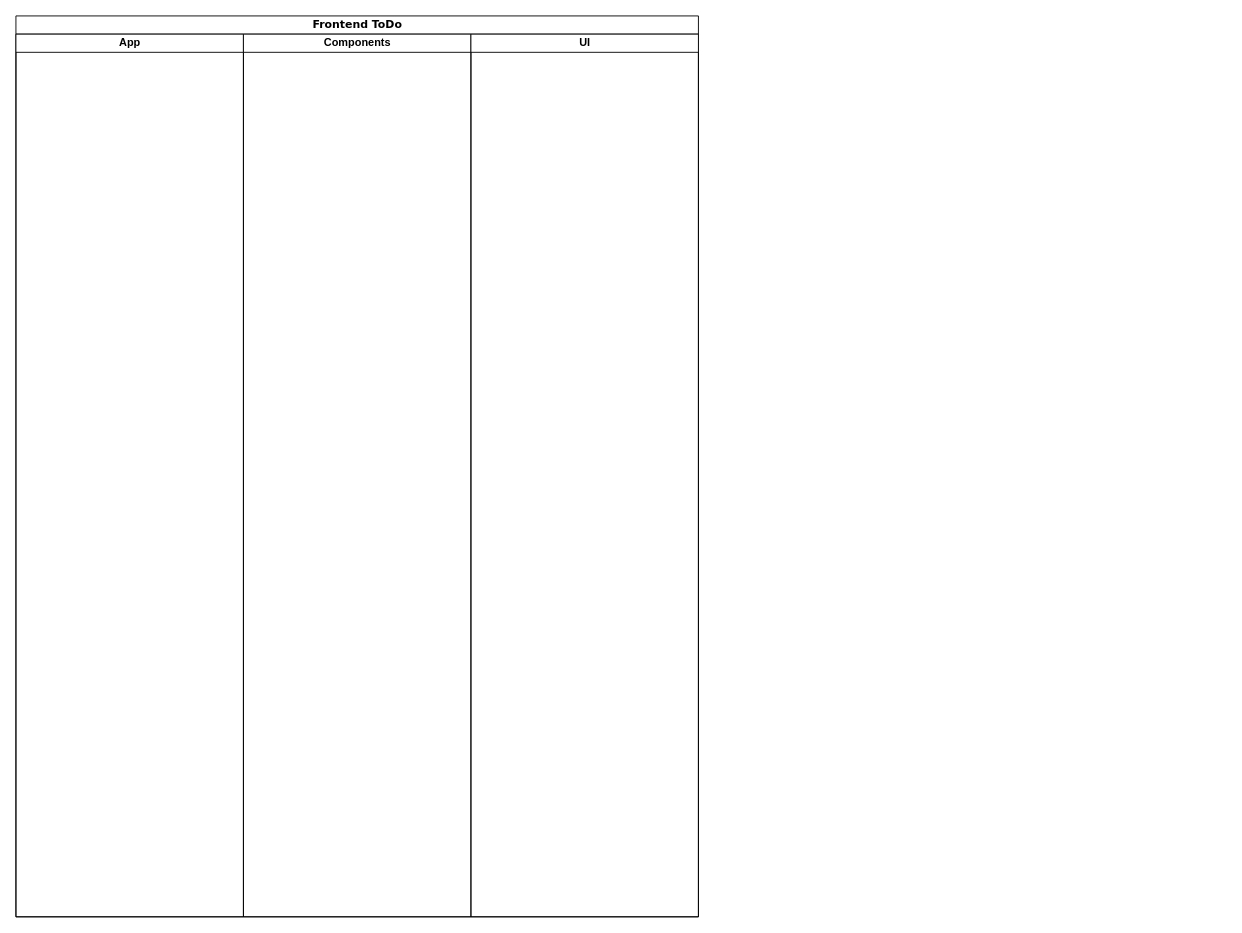
This is todo_reactjs.drawio from BesPredel63/todo_reactjs, a draw.io file, before an edit. Source tidied: cells renumbered, new cells numbered last; positions are measured from the earlier drawing's top-left corner, leaving out a move shared by most shapes. Both pictures are drawn from the tidied source at 91%, with x=0, y=0 at pixel (15, 15).
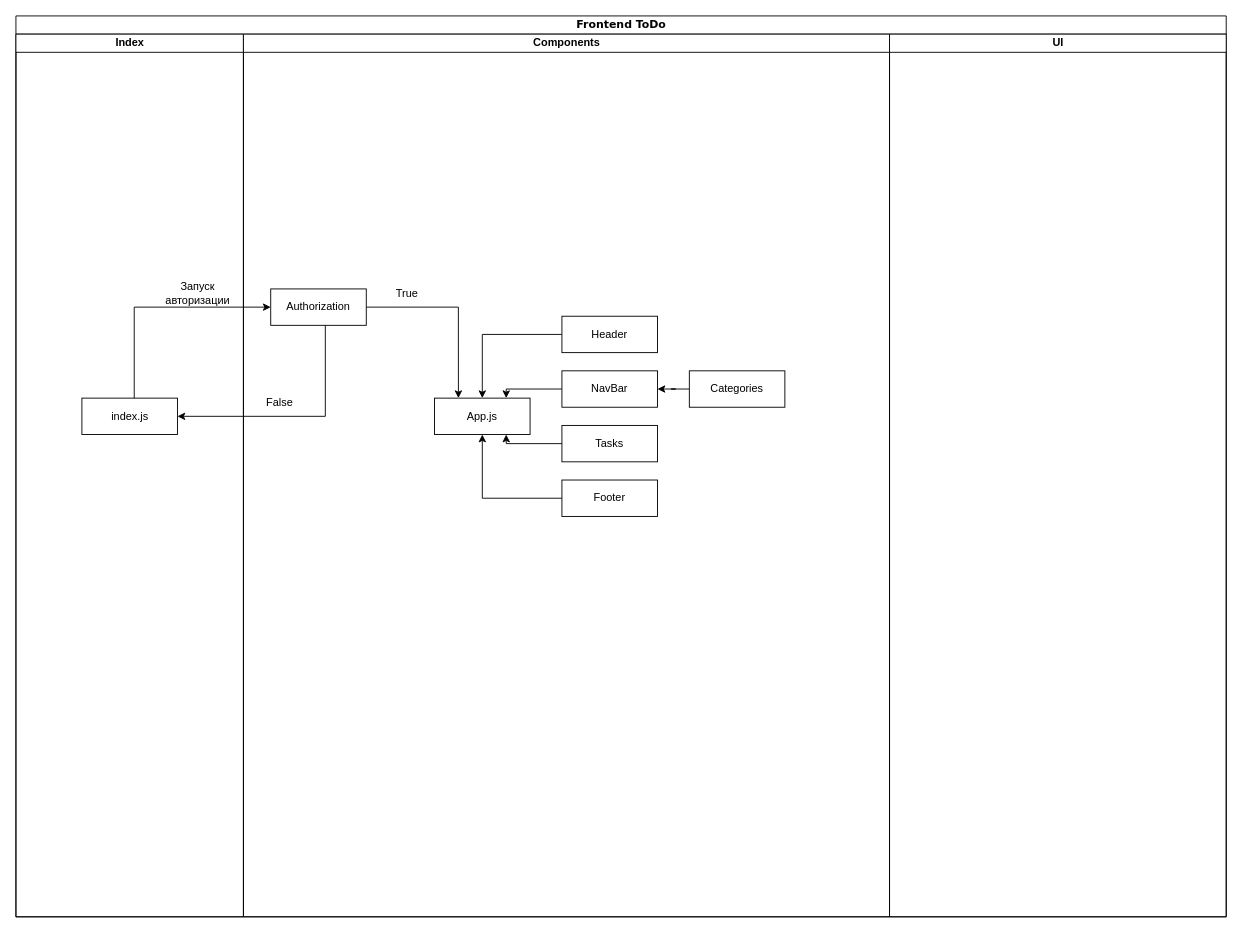
Above is the later version.

Commit message:
Условия запуска приложения

Change to the diagram source:
```diff
@@
     <mxCell id="2" value="Frontend ToDo" style="swimlane;html=1;startSize=20;rounded=0;shadow=0;comic=0;labelBackgroundColor=none;strokeWidth=1;fontFamily=Verdana;fontSize=12;align=center;" parent="1" vertex="1">
-      <mxGeometry width="750" height="990" as="geometry" />
+      <mxGeometry width="1330" height="990" as="geometry" />
     </mxCell>
-    <mxCell id="3" value="App" style="swimlane;html=1;startSize=20;" parent="2" vertex="1">
+    <mxCell id="3" value="Index" style="swimlane;html=1;startSize=20;" parent="2" vertex="1">
       <mxGeometry y="20" width="250" height="970" as="geometry" />
     </mxCell>
+    <mxCell id="6" value="index.js" style="rounded=0;whiteSpace=wrap;html=1;" parent="3" vertex="1">
+      <mxGeometry x="72.5" y="400" width="105" height="40" as="geometry" />
+    </mxCell>
+    <mxCell id="7" value="Запуск авторизации" style="text;html=1;strokeColor=none;fillColor=none;align=center;verticalAlign=middle;whiteSpace=wrap;rounded=0;" parent="3" vertex="1">
+      <mxGeometry x="150" y="270" width="100" height="30" as="geometry" />
+    </mxCell>
     <mxCell id="4" value="Components" style="swimlane;html=1;startSize=20;" parent="2" vertex="1">
-      <mxGeometry x="250" y="20" width="250" height="970" as="geometry" />
+      <mxGeometry x="250" y="20" width="710" height="970" as="geometry" />
     </mxCell>
+    <mxCell id="8" style="edgeStyle=orthogonalEdgeStyle;rounded=0;jettySize=auto;html=1;entryX=0.25;entryY=0;entryDx=0;entryDy=0;" parent="4" edge="1" source="9" target="20">
+      <mxGeometry relative="1" as="geometry" />
+    </mxCell>
+    <mxCell id="9" value="Authorization" style="rounded=0;whiteSpace=wrap;html=1;" parent="4" vertex="1">
+      <mxGeometry x="30" y="280" width="105" height="40" as="geometry" />
+    </mxCell>
+    <mxCell id="10" style="edgeStyle=orthogonalEdgeStyle;rounded=0;jettySize=auto;html=1;entryX=0.75;entryY=1;entryDx=0;entryDy=0;" parent="4" edge="1" source="11" target="20">
+      <mxGeometry relative="1" as="geometry">
+        <Array as="points">
+          <mxPoint x="289" y="450" />
+        </Array>
+      </mxGeometry>
+    </mxCell>
+    <mxCell id="11" value="Tasks" style="rounded=0;whiteSpace=wrap;html=1;" parent="4" vertex="1">
+      <mxGeometry x="350" y="430" width="105" height="40" as="geometry" />
+    </mxCell>
+    <mxCell id="12" style="edgeStyle=orthogonalEdgeStyle;rounded=0;jettySize=auto;html=1;entryX=1;entryY=0.5;entryDx=0;entryDy=0;" parent="4" edge="1" source="13" target="15">
+      <mxGeometry relative="1" as="geometry" />
+    </mxCell>
+    <mxCell id="13" value="Categories" style="rounded=0;whiteSpace=wrap;html=1;" parent="4" vertex="1">
+      <mxGeometry x="490" y="370" width="105" height="40" as="geometry" />
+    </mxCell>
+    <mxCell id="14" style="edgeStyle=orthogonalEdgeStyle;rounded=0;jettySize=auto;html=1;entryX=0.75;entryY=0;entryDx=0;entryDy=0;" parent="4" edge="1" source="15" target="20">
+      <mxGeometry relative="1" as="geometry">
+        <Array as="points">
+          <mxPoint x="289" y="390" />
+        </Array>
+      </mxGeometry>
+    </mxCell>
+    <mxCell id="15" value="NavBar" style="rounded=0;whiteSpace=wrap;html=1;" parent="4" vertex="1">
+      <mxGeometry x="350" y="370" width="105" height="40" as="geometry" />
+    </mxCell>
+    <mxCell id="16" style="edgeStyle=orthogonalEdgeStyle;rounded=0;jettySize=auto;html=1;entryX=0.5;entryY=0;entryDx=0;entryDy=0;" parent="4" edge="1" source="17" target="20">
+      <mxGeometry relative="1" as="geometry" />
+    </mxCell>
+    <mxCell id="17" value="Header" style="rounded=0;whiteSpace=wrap;html=1;" parent="4" vertex="1">
+      <mxGeometry x="350" y="310" width="105" height="40" as="geometry" />
+    </mxCell>
+    <mxCell id="18" style="edgeStyle=orthogonalEdgeStyle;rounded=0;jettySize=auto;html=1;entryX=0.5;entryY=1;entryDx=0;entryDy=0;" parent="4" edge="1" source="19" target="20">
+      <mxGeometry relative="1" as="geometry" />
+    </mxCell>
+    <mxCell id="19" value="Footer" style="rounded=0;whiteSpace=wrap;html=1;" parent="4" vertex="1">
+      <mxGeometry x="350" y="490" width="105" height="40" as="geometry" />
+    </mxCell>
+    <mxCell id="20" value="App.js" style="rounded=0;whiteSpace=wrap;html=1;" parent="4" vertex="1">
+      <mxGeometry x="210" y="400" width="105" height="40" as="geometry" />
+    </mxCell>
+    <mxCell id="21" value="True" style="text;html=1;strokeColor=none;fillColor=none;align=center;verticalAlign=middle;whiteSpace=wrap;rounded=0;" parent="4" vertex="1">
+      <mxGeometry x="150" y="270" width="60" height="30" as="geometry" />
+    </mxCell>
+    <mxCell id="22" value="False" style="text;html=1;strokeColor=none;fillColor=none;align=center;verticalAlign=middle;whiteSpace=wrap;rounded=0;" parent="4" vertex="1">
+      <mxGeometry x="10" y="390" width="60" height="30" as="geometry" />
+    </mxCell>
     <mxCell id="5" value="UI" style="swimlane;html=1;startSize=20;" parent="2" vertex="1">
-      <mxGeometry x="500" y="20" width="250" height="970" as="geometry" />
+      <mxGeometry x="960" y="20" width="370" height="970" as="geometry" />
     </mxCell>
+    <mxCell id="23" style="edgeStyle=orthogonalEdgeStyle;rounded=0;jettySize=auto;html=1;entryX=0;entryY=0.5;entryDx=0;entryDy=0;" parent="2" edge="1" source="6" target="9">
+      <mxGeometry relative="1" as="geometry">
+        <Array as="points">
+          <mxPoint x="130" y="320" />
+        </Array>
+      </mxGeometry>
+    </mxCell>
+    <mxCell id="24" style="edgeStyle=orthogonalEdgeStyle;rounded=0;jettySize=auto;html=1;entryX=1;entryY=0.5;entryDx=0;entryDy=0;" parent="2" edge="1" source="9" target="6">
+      <mxGeometry relative="1" as="geometry">
+        <Array as="points">
+          <mxPoint x="340" y="440" />
+        </Array>
+      </mxGeometry>
+    </mxCell>
```
